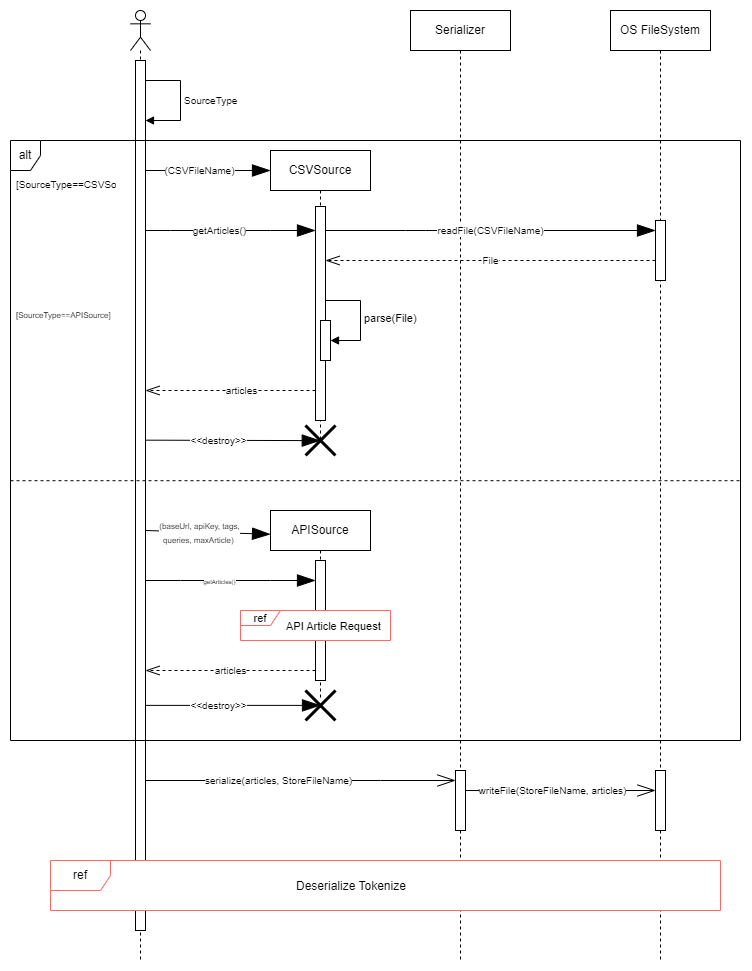
This is design_models/sequence_diag/CSV_API_Source.png from Daedalus02/eis_project, a draw.io export, as it was before one commit. Source tidied: cells renumbered, new cells last; positions are measured from the earlier drawing's top-left corner, leaving out a move shared by most shapes.
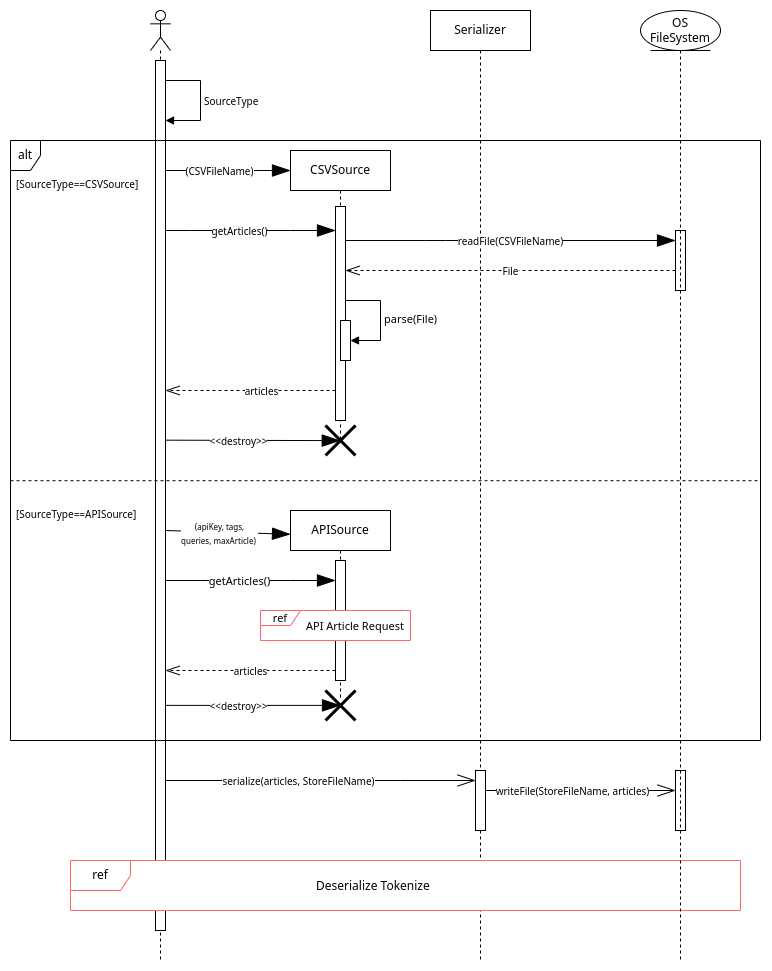
After the commit.

Diff of the diagram source:
```diff
@@ -17,10 +17,10 @@
       </mxGeometry>
     </mxCell>
     <mxCell id="5" value="alt" style="shape=umlFrame;whiteSpace=wrap;html=1;width=30;height=30;" parent="1" vertex="1">
-      <mxGeometry y="130" width="730" height="600" as="geometry" />
+      <mxGeometry x="-20" y="130" width="750" height="600" as="geometry" />
     </mxCell>
     <mxCell id="6" value="&lt;font style=&quot;font-size: 10px;&quot;&gt;[SourceType==CSVSource]&lt;/font&gt;" style="text;strokeColor=none;fillColor=none;align=left;verticalAlign=top;spacingLeft=4;spacingRight=4;overflow=hidden;whiteSpace=wrap;html=1;" parent="1" vertex="1">
-      <mxGeometry y="160" width="110" height="26" as="geometry" />
+      <mxGeometry x="-20" y="160" width="140" height="26" as="geometry" />
     </mxCell>
     <mxCell id="7" value="CSVSource" style="shape=umlLifeline;perimeter=lifelinePerimeter;whiteSpace=wrap;html=1;outlineConnect=0;portConstraint=eastwest;newEdgeStyle={&quot;edgeStyle&quot;:&quot;elbowEdgeStyle&quot;,&quot;elbow&quot;:&quot;vertical&quot;,&quot;curved&quot;:0,&quot;rounded&quot;:0};" parent="1" vertex="1">
       <mxGeometry x="260" y="140" width="100" height="290" as="geometry" />
@@ -51,8 +51,8 @@
     <mxCell id="12" style="endArrow=none;dashed=1;html=1;rounded=0;exitX=0;exitY=0.567;exitDx=0;exitDy=0;exitPerimeter=0;entryX=0.999;entryY=0.567;entryDx=0;entryDy=0;entryPerimeter=0;" parent="1" edge="1" source="5" target="5">
       <mxGeometry relative="1" as="geometry" />
     </mxCell>
-    <mxCell id="13" value="&lt;font style=&quot;font-size: 8px;&quot;&gt;[SourceType==APISource]&lt;/font&gt;" style="text;strokeColor=none;fillColor=none;align=left;verticalAlign=top;spacingLeft=4;spacingRight=4;overflow=hidden;whiteSpace=wrap;html=1;" parent="1" vertex="1">
-      <mxGeometry y="290" width="110" height="30" as="geometry" />
+    <mxCell id="13" value="&lt;font style=&quot;font-size: 10px;&quot;&gt;[SourceType==APISource]&lt;/font&gt;" style="text;strokeColor=none;fillColor=none;align=left;verticalAlign=top;spacingLeft=4;spacingRight=4;overflow=hidden;whiteSpace=wrap;html=1;" parent="1" vertex="1">
+      <mxGeometry x="-20" y="490" width="140" height="30" as="geometry" />
     </mxCell>
     <mxCell id="14" value="APISource" style="shape=umlLifeline;perimeter=lifelinePerimeter;whiteSpace=wrap;html=1;outlineConnect=0;portConstraint=eastwest;newEdgeStyle={&quot;edgeStyle&quot;:&quot;elbowEdgeStyle&quot;,&quot;elbow&quot;:&quot;vertical&quot;,&quot;curved&quot;:0,&quot;rounded&quot;:0};" parent="1" vertex="1">
       <mxGeometry x="260" y="500" width="100" height="190" as="geometry" />
@@ -78,15 +78,6 @@
         </Array>
       </mxGeometry>
     </mxCell>
-    <mxCell id="20" value="OS FileSystem" style="shape=umlLifeline;perimeter=lifelinePerimeter;whiteSpace=wrap;html=1;newEdgeStyle={&quot;edgeStyle&quot;:&quot;elbowEdgeStyle&quot;,&quot;elbow&quot;:&quot;vertical&quot;,&quot;curved&quot;:0,&quot;rounded&quot;:0};" parent="1" vertex="1">
-      <mxGeometry x="600" width="100" height="950" as="geometry" />
-    </mxCell>
-    <mxCell id="21" style="html=1;points=[];perimeter=orthogonalPerimeter;outlineConnect=0;targetShapes=umlLifeline;portConstraint=eastwest;newEdgeStyle={&quot;edgeStyle&quot;:&quot;elbowEdgeStyle&quot;,&quot;elbow&quot;:&quot;vertical&quot;,&quot;curved&quot;:0,&quot;rounded&quot;:0};" parent="20" vertex="1">
-      <mxGeometry x="45" y="760" width="10" height="60" as="geometry" />
-    </mxCell>
-    <mxCell id="22" style="html=1;points=[];perimeter=orthogonalPerimeter;outlineConnect=0;targetShapes=umlLifeline;portConstraint=eastwest;newEdgeStyle={&quot;edgeStyle&quot;:&quot;elbowEdgeStyle&quot;,&quot;elbow&quot;:&quot;vertical&quot;,&quot;curved&quot;:0,&quot;rounded&quot;:0};" parent="20" vertex="1">
-      <mxGeometry x="45" y="210" width="10" height="60" as="geometry" />
-    </mxCell>
     <mxCell id="23" value="&lt;font style=&quot;font-size: 10px;&quot;&gt;writeFile(StoreFileName, articles)&lt;/font&gt;" style="endArrow=openThin;endSize=16;endFill=0;html=1;rounded=0;" parent="1" edge="1" source="18" target="21">
       <mxGeometry x="-0.09" relative="1" as="geometry">
         <Array as="points">
@@ -96,18 +87,19 @@
     </mxCell>
     <mxCell id="24" value="&lt;font style=&quot;font-size: 10px;&quot;&gt;readFile(CSVFileName)&lt;/font&gt;" style="endArrow=blockThin;endSize=16;endFill=1;html=1;rounded=0;" parent="1" edge="1" target="22">
       <mxGeometry relative="1" as="geometry">
-        <mxPoint x="315" y="220" as="sourcePoint" />
+        <mxPoint x="315" y="230" as="sourcePoint" />
         <Array as="points">
-          <mxPoint x="315" y="220" />
-          <mxPoint x="395" y="220" />
-          <mxPoint x="415" y="220" />
+          <mxPoint x="315" y="230" />
+          <mxPoint x="395" y="230" />
+          <mxPoint x="415" y="230" />
         </Array>
       </mxGeometry>
     </mxCell>
-    <mxCell id="25" value="&lt;font style=&quot;font-size: 10px;&quot;&gt;File&lt;/font&gt;" style="endArrow=openThin;endSize=12;dashed=1;html=1;rounded=0;endFill=0;" parent="1" edge="1" source="22" target="8">
+    <mxCell id="25" value="&lt;font style=&quot;font-size: 10px;&quot;&gt;File&lt;/font&gt;" style="endArrow=openThin;endSize=12;dashed=1;html=1;rounded=0;endFill=0;" parent="1" edge="1" source="22">
       <mxGeometry relative="1" as="geometry">
+        <mxPoint x="315" y="260" as="targetPoint" />
         <Array as="points">
-          <mxPoint x="590" y="250" />
+          <mxPoint x="590" y="260" />
         </Array>
       </mxGeometry>
     </mxCell>
@@ -144,7 +136,7 @@
         <mxPoint x="135" y="429.7" as="sourcePoint" />
       </mxGeometry>
     </mxCell>
-    <mxCell id="34" value="&lt;font style=&quot;font-size: 8px;&quot;&gt;(baseUrl, apiKey, tags,&lt;br&gt;queries, maxArticle)&amp;nbsp;&lt;/font&gt;" style="endArrow=blockThin;endSize=16;endFill=1;html=1;rounded=0;entryX=0;entryY=0.125;entryDx=0;entryDy=0;entryPerimeter=0;" parent="1" edge="1" target="14">
+    <mxCell id="34" value="&lt;font style=&quot;font-size: 8px;&quot;&gt;(apiKey, tags,&lt;br&gt;queries, maxArticle)&amp;nbsp;&lt;/font&gt;" style="endArrow=blockThin;endSize=16;endFill=1;html=1;rounded=0;entryX=0;entryY=0.125;entryDx=0;entryDy=0;entryPerimeter=0;" parent="1" edge="1" target="14">
       <mxGeometry x="-0.14" relative="1" as="geometry">
         <mxPoint x="135" y="520" as="sourcePoint" />
       </mxGeometry>
@@ -168,7 +160,7 @@
         </Array>
       </mxGeometry>
     </mxCell>
-    <mxCell id="37" value="&lt;font style=&quot;font-size: 6px;&quot;&gt;getArticles()&lt;/font&gt;" style="endArrow=blockThin;endSize=16;endFill=1;html=1;rounded=0;" parent="1" edge="1">
+    <mxCell id="37" value="&lt;font style=&quot;font-size: 11px;&quot;&gt;getArticles()&lt;/font&gt;" style="endArrow=blockThin;endSize=16;endFill=1;html=1;rounded=0;" parent="1" edge="1">
       <mxGeometry x="-0.13" relative="1" as="geometry">
         <mxPoint x="135" y="570" as="sourcePoint" />
         <mxPoint x="305" y="570" as="targetPoint" />
@@ -178,5 +170,14 @@
         </Array>
       </mxGeometry>
     </mxCell>
+    <mxCell id="21" style="html=1;points=[];perimeter=orthogonalPerimeter;outlineConnect=0;targetShapes=umlLifeline;portConstraint=eastwest;newEdgeStyle={&quot;edgeStyle&quot;:&quot;elbowEdgeStyle&quot;,&quot;elbow&quot;:&quot;vertical&quot;,&quot;curved&quot;:0,&quot;rounded&quot;:0};" parent="1" vertex="1">
+      <mxGeometry x="645" y="760" width="10" height="60" as="geometry" />
+    </mxCell>
+    <mxCell id="22" style="html=1;points=[];perimeter=orthogonalPerimeter;outlineConnect=0;targetShapes=umlLifeline;portConstraint=eastwest;newEdgeStyle={&quot;edgeStyle&quot;:&quot;elbowEdgeStyle&quot;,&quot;elbow&quot;:&quot;vertical&quot;,&quot;curved&quot;:0,&quot;rounded&quot;:0};" parent="1" vertex="1">
+      <mxGeometry x="645" y="220" width="10" height="60" as="geometry" />
+    </mxCell>
+    <mxCell id="20" value="OS FileSystem" style="shape=umlLifeline;perimeter=lifelinePerimeter;whiteSpace=wrap;html=1;newEdgeStyle={&quot;edgeStyle&quot;:&quot;elbowEdgeStyle&quot;,&quot;elbow&quot;:&quot;vertical&quot;,&quot;curved&quot;:0,&quot;rounded&quot;:0};participant=umlEntity;" parent="1" vertex="1">
+      <mxGeometry x="610" width="80" height="950" as="geometry" />
+    </mxCell>
   </root>
 </mxGraphModel>
```
